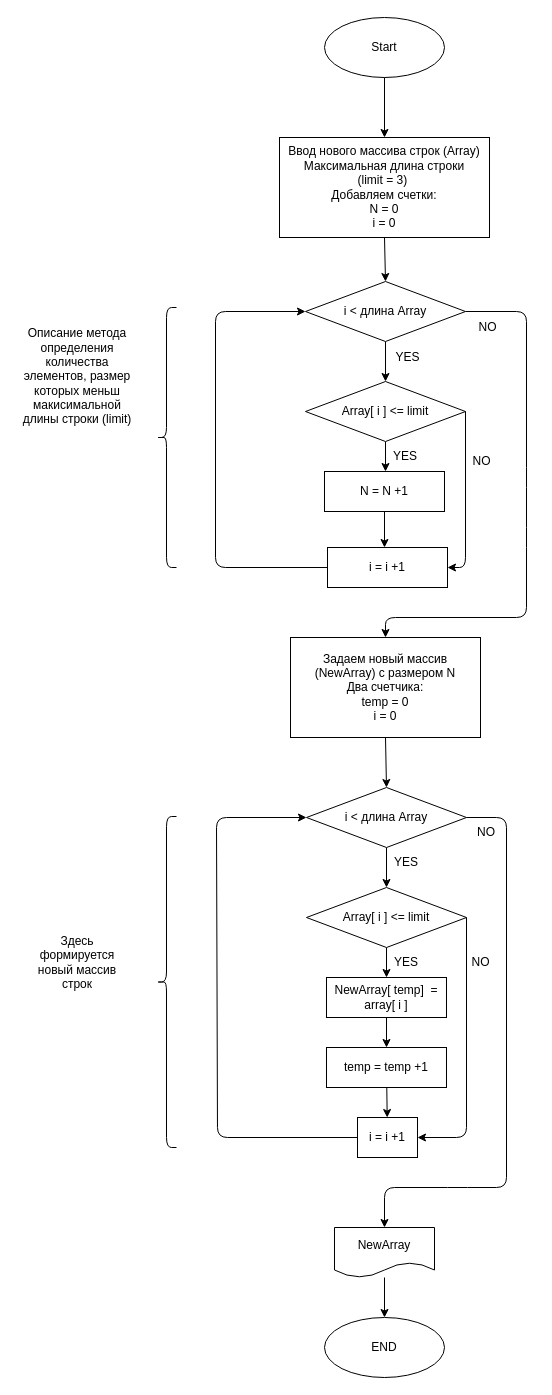
Earlier version of the draw.io diagram final_Task/flowchart.drawio (Shtopor994/final_task_module_1). Source tidied: cells renumbered, new cells numbered last; positions are measured from the earlier drawing's top-left corner, leaving out a move shared by most shapes. Both pictures are drawn from the tidied source at 100%, with x=0, y=0 at pixel (17, 17).
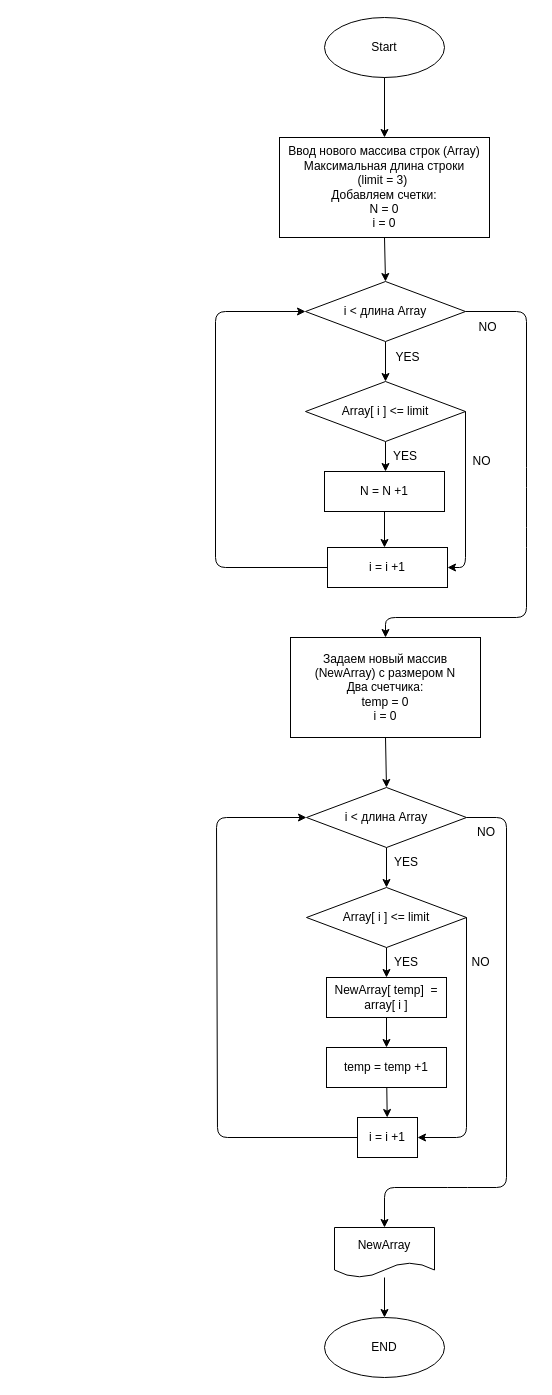
Above is the later version.

Diff of the diagram source:
```diff
@@
-    <mxCell id="22" value="Здесь формируется новый массив строк" style="text;html=1;strokeColor=none;fillColor=none;align=center;verticalAlign=middle;whiteSpace=wrap;rounded=0;" parent="1" vertex="1">
-      <mxGeometry x="5" y="910" width="110" height="70" as="geometry" />
-    </mxCell>
@@
-    <mxCell id="35" value="Описание метода определения количества элементов, размер которых меньш макисимальной длины строки (limit)" style="text;html=1;strokeColor=none;fillColor=none;align=center;verticalAlign=middle;whiteSpace=wrap;rounded=0;" parent="1" vertex="1">
-      <mxGeometry y="324" width="120" height="70" as="geometry" />
-    </mxCell>
@@
-    <mxCell id="39" style="shape=curlyBracket;whiteSpace=wrap;html=1;rounded=1;" parent="1" vertex="1">
-      <mxGeometry x="139" y="290" width="20" height="260" as="geometry" />
-    </mxCell>
@@
-    <mxCell id="43" style="shape=curlyBracket;whiteSpace=wrap;html=1;rounded=1;" parent="1" vertex="1">
-      <mxGeometry x="139" y="799" width="20" height="331" as="geometry" />
-    </mxCell>
```
